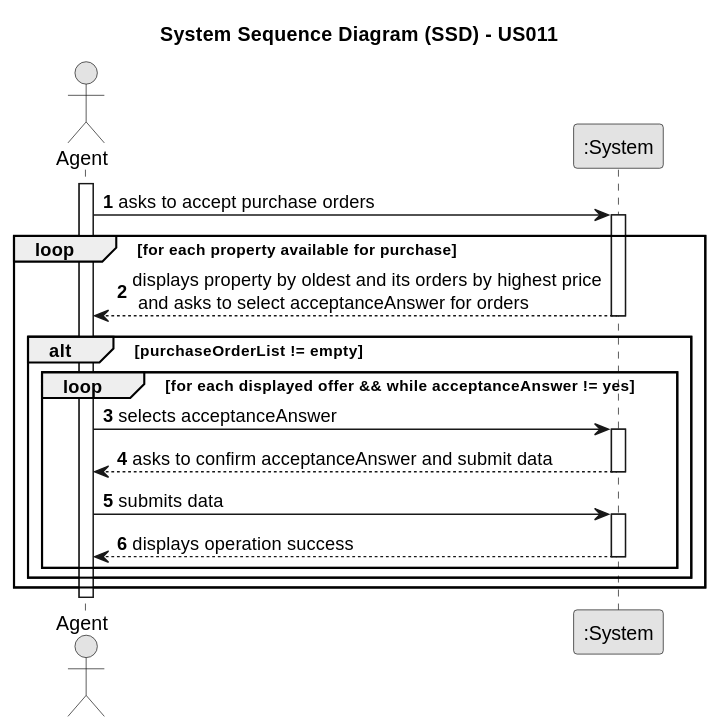
rita-barbosa/LAPR2-2223 keeps this PlantUML diagram as docs/sprintD/us011/01.requirements-engineering/svg/us011-system-sequence-diagram.svg. Above is the earlier version.
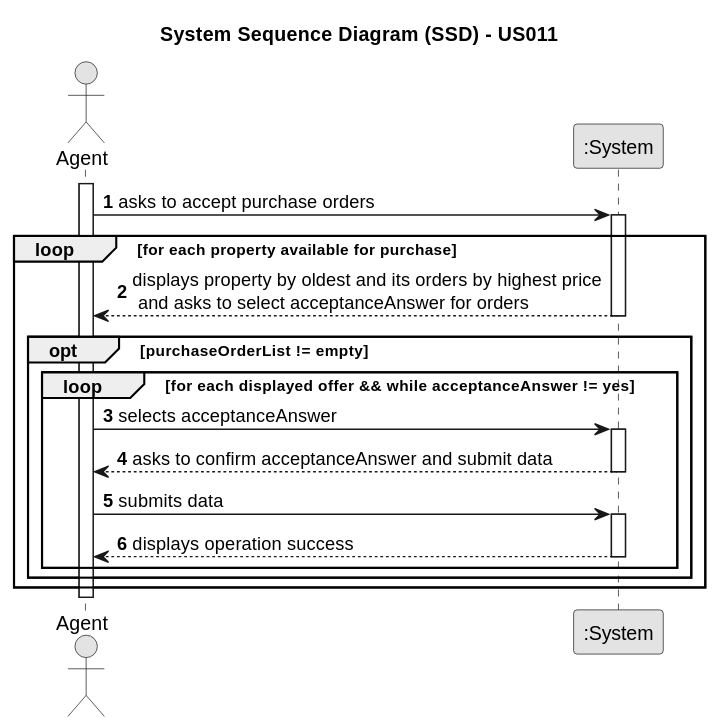
After the change.

Change to the diagram source:
```diff
@@ -19,7 +19,7 @@
     System --> Agent : displays property by oldest and its orders by highest price\n and asks to select acceptanceAnswer for orders
     deactivate System
 
-    alt  purchaseOrderList != empty
+    opt  purchaseOrderList != empty
     loop for each displayed offer && while acceptanceAnswer != yes
 
     Agent -> System : selects acceptanceAnswer
```
